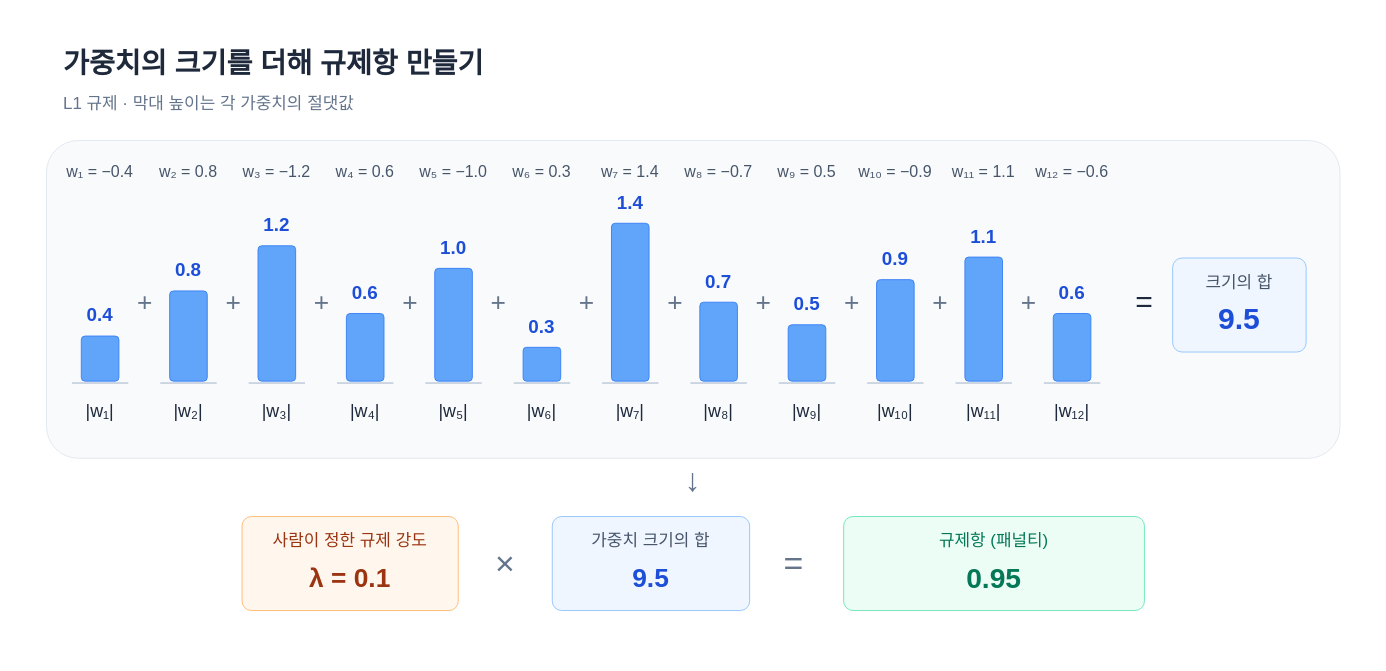
Earlier version of the draw.io diagram site/src/assets/diagrams/regularization-penalty.drawio (jongbob1918/jongbob1918.github.io). Source tidied: cells renumbered, new cells numbered last; positions are measured from the earlier drawing's top-left corner, leaving out a move shared by most shapes. Both pictures are drawn from the tidied source at 94%, with x=0, y=0 at pixel (16, 16).
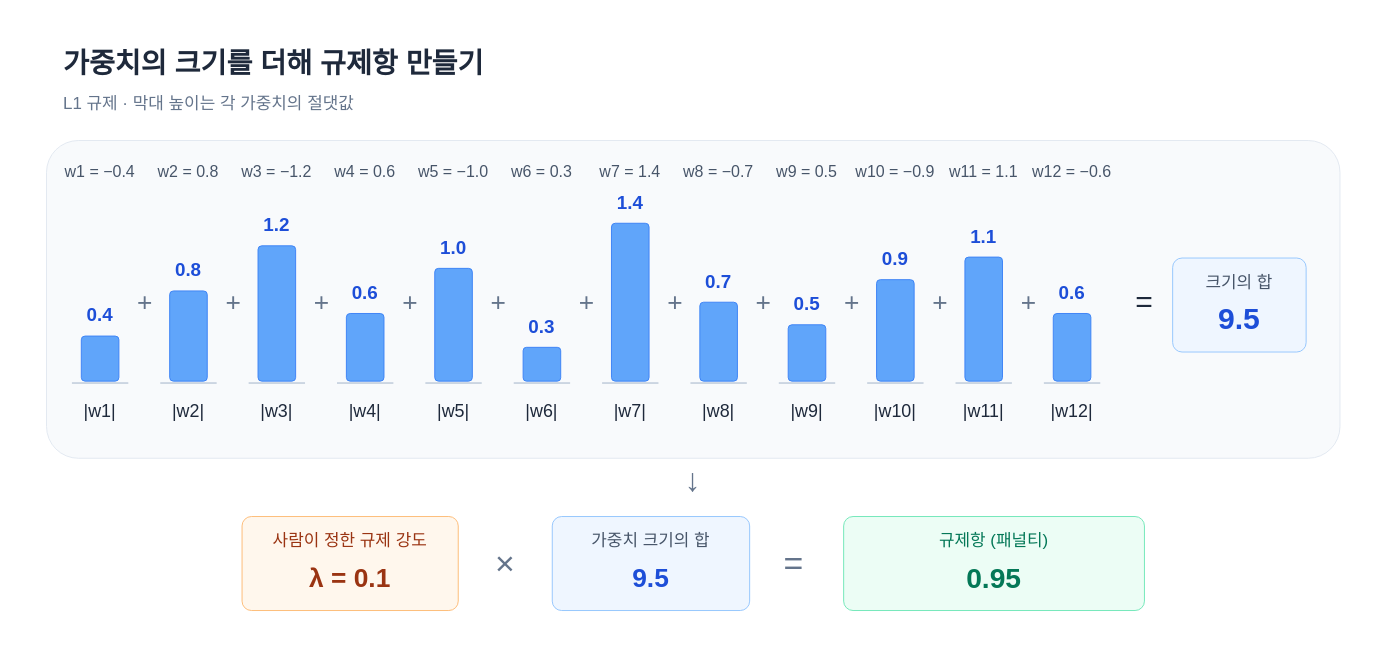
After the change.

Commit message (it also covers changes not shown here):
Use portable weight labels in diagram

Diff of the diagram source:
```diff
@@
-    <mxCell id="6" value="w₁ = −0.4" style="text;html=0;whiteSpace=wrap;align=center;verticalAlign=middle;fontFamily=Arial;fontSize=17;fontColor=#475569;fontStyle=0;strokeColor=none;fillColor=none;" parent="1" vertex="1">
+    <mxCell id="6" value="w1 = −0.4" style="text;html=0;whiteSpace=wrap;align=center;verticalAlign=middle;fontFamily=Arial;fontSize=17;fontColor=#475569;fontStyle=0;strokeColor=none;fillColor=none;" parent="1" vertex="1">
       <mxGeometry x="42" y="151" width="94" height="30" as="geometry" />
     </mxCell>
@@
-    <mxCell id="10" value="|w₁|" style="text;html=0;whiteSpace=wrap;align=center;verticalAlign=middle;fontFamily=Arial;fontSize=19;fontColor=#1E293B;fontStyle=0;strokeColor=none;fillColor=none;" parent="1" vertex="1">
+    <mxCell id="10" value="|w1|" style="text;html=0;whiteSpace=wrap;align=center;verticalAlign=middle;fontFamily=Arial;fontSize=19;fontColor=#1E293B;fontStyle=0;strokeColor=none;fillColor=none;" parent="1" vertex="1">
       <mxGeometry x="46" y="406" width="86" height="30" as="geometry" />
     </mxCell>
@@
-    <mxCell id="12" value="w₂ = 0.8" style="text;html=0;whiteSpace=wrap;align=center;verticalAlign=middle;fontFamily=Arial;fontSize=17;fontColor=#475569;fontStyle=0;strokeColor=none;fillColor=none;" parent="1" vertex="1">
+    <mxCell id="12" value="w2 = 0.8" style="text;html=0;whiteSpace=wrap;align=center;verticalAlign=middle;fontFamily=Arial;fontSize=17;fontColor=#475569;fontStyle=0;strokeColor=none;fillColor=none;" parent="1" vertex="1">
       <mxGeometry x="136" y="151" width="94" height="30" as="geometry" />
     </mxCell>
@@
-    <mxCell id="16" value="|w₂|" style="text;html=0;whiteSpace=wrap;align=center;verticalAlign=middle;fontFamily=Arial;fontSize=19;fontColor=#1E293B;fontStyle=0;strokeColor=none;fillColor=none;" parent="1" vertex="1">
+    <mxCell id="16" value="|w2|" style="text;html=0;whiteSpace=wrap;align=center;verticalAlign=middle;fontFamily=Arial;fontSize=19;fontColor=#1E293B;fontStyle=0;strokeColor=none;fillColor=none;" parent="1" vertex="1">
       <mxGeometry x="140" y="406" width="86" height="30" as="geometry" />
     </mxCell>
@@
-    <mxCell id="18" value="w₃ = −1.2" style="text;html=0;whiteSpace=wrap;align=center;verticalAlign=middle;fontFamily=Arial;fontSize=17;fontColor=#475569;fontStyle=0;strokeColor=none;fillColor=none;" parent="1" vertex="1">
+    <mxCell id="18" value="w3 = −1.2" style="text;html=0;whiteSpace=wrap;align=center;verticalAlign=middle;fontFamily=Arial;fontSize=17;fontColor=#475569;fontStyle=0;strokeColor=none;fillColor=none;" parent="1" vertex="1">
       <mxGeometry x="230" y="151" width="94" height="30" as="geometry" />
     </mxCell>
@@
-    <mxCell id="22" value="|w₃|" style="text;html=0;whiteSpace=wrap;align=center;verticalAlign=middle;fontFamily=Arial;fontSize=19;fontColor=#1E293B;fontStyle=0;strokeColor=none;fillColor=none;" parent="1" vertex="1">
+    <mxCell id="22" value="|w3|" style="text;html=0;whiteSpace=wrap;align=center;verticalAlign=middle;fontFamily=Arial;fontSize=19;fontColor=#1E293B;fontStyle=0;strokeColor=none;fillColor=none;" parent="1" vertex="1">
       <mxGeometry x="234" y="406" width="86" height="30" as="geometry" />
     </mxCell>
@@
-    <mxCell id="24" value="w₄ = 0.6" style="text;html=0;whiteSpace=wrap;align=center;verticalAlign=middle;fontFamily=Arial;fontSize=17;fontColor=#475569;fontStyle=0;strokeColor=none;fillColor=none;" parent="1" vertex="1">
+    <mxCell id="24" value="w4 = 0.6" style="text;html=0;whiteSpace=wrap;align=center;verticalAlign=middle;fontFamily=Arial;fontSize=17;fontColor=#475569;fontStyle=0;strokeColor=none;fillColor=none;" parent="1" vertex="1">
       <mxGeometry x="324" y="151" width="94" height="30" as="geometry" />
     </mxCell>
@@
-    <mxCell id="28" value="|w₄|" style="text;html=0;whiteSpace=wrap;align=center;verticalAlign=middle;fontFamily=Arial;fontSize=19;fontColor=#1E293B;fontStyle=0;strokeColor=none;fillColor=none;" parent="1" vertex="1">
+    <mxCell id="28" value="|w4|" style="text;html=0;whiteSpace=wrap;align=center;verticalAlign=middle;fontFamily=Arial;fontSize=19;fontColor=#1E293B;fontStyle=0;strokeColor=none;fillColor=none;" parent="1" vertex="1">
       <mxGeometry x="328" y="406" width="86" height="30" as="geometry" />
     </mxCell>
@@
-    <mxCell id="30" value="w₅ = −1.0" style="text;html=0;whiteSpace=wrap;align=center;verticalAlign=middle;fontFamily=Arial;fontSize=17;fontColor=#475569;fontStyle=0;strokeColor=none;fillColor=none;" parent="1" vertex="1">
+    <mxCell id="30" value="w5 = −1.0" style="text;html=0;whiteSpace=wrap;align=center;verticalAlign=middle;fontFamily=Arial;fontSize=17;fontColor=#475569;fontStyle=0;strokeColor=none;fillColor=none;" parent="1" vertex="1">
       <mxGeometry x="418" y="151" width="94" height="30" as="geometry" />
     </mxCell>
@@
-    <mxCell id="34" value="|w₅|" style="text;html=0;whiteSpace=wrap;align=center;verticalAlign=middle;fontFamily=Arial;fontSize=19;fontColor=#1E293B;fontStyle=0;strokeColor=none;fillColor=none;" parent="1" vertex="1">
+    <mxCell id="34" value="|w5|" style="text;html=0;whiteSpace=wrap;align=center;verticalAlign=middle;fontFamily=Arial;fontSize=19;fontColor=#1E293B;fontStyle=0;strokeColor=none;fillColor=none;" parent="1" vertex="1">
       <mxGeometry x="422" y="406" width="86" height="30" as="geometry" />
     </mxCell>
@@
-    <mxCell id="36" value="w₆ = 0.3" style="text;html=0;whiteSpace=wrap;align=center;verticalAlign=middle;fontFamily=Arial;fontSize=17;fontColor=#475569;fontStyle=0;strokeColor=none;fillColor=none;" parent="1" vertex="1">
+    <mxCell id="36" value="w6 = 0.3" style="text;html=0;whiteSpace=wrap;align=center;verticalAlign=middle;fontFamily=Arial;fontSize=17;fontColor=#475569;fontStyle=0;strokeColor=none;fillColor=none;" parent="1" vertex="1">
       <mxGeometry x="512" y="151" width="94" height="30" as="geometry" />
     </mxCell>
@@
-    <mxCell id="40" value="|w₆|" style="text;html=0;whiteSpace=wrap;align=center;verticalAlign=middle;fontFamily=Arial;fontSize=19;fontColor=#1E293B;fontStyle=0;strokeColor=none;fillColor=none;" parent="1" vertex="1">
+    <mxCell id="40" value="|w6|" style="text;html=0;whiteSpace=wrap;align=center;verticalAlign=middle;fontFamily=Arial;fontSize=19;fontColor=#1E293B;fontStyle=0;strokeColor=none;fillColor=none;" parent="1" vertex="1">
       <mxGeometry x="516" y="406" width="86" height="30" as="geometry" />
     </mxCell>
@@
-    <mxCell id="42" value="w₇ = 1.4" style="text;html=0;whiteSpace=wrap;align=center;verticalAlign=middle;fontFamily=Arial;fontSize=17;fontColor=#475569;fontStyle=0;strokeColor=none;fillColor=none;" parent="1" vertex="1">
+    <mxCell id="42" value="w7 = 1.4" style="text;html=0;whiteSpace=wrap;align=center;verticalAlign=middle;fontFamily=Arial;fontSize=17;fontColor=#475569;fontStyle=0;strokeColor=none;fillColor=none;" parent="1" vertex="1">
       <mxGeometry x="606" y="151" width="94" height="30" as="geometry" />
     </mxCell>
@@
-    <mxCell id="46" value="|w₇|" style="text;html=0;whiteSpace=wrap;align=center;verticalAlign=middle;fontFamily=Arial;fontSize=19;fontColor=#1E293B;fontStyle=0;strokeColor=none;fillColor=none;" parent="1" vertex="1">
+    <mxCell id="46" value="|w7|" style="text;html=0;whiteSpace=wrap;align=center;verticalAlign=middle;fontFamily=Arial;fontSize=19;fontColor=#1E293B;fontStyle=0;strokeColor=none;fillColor=none;" parent="1" vertex="1">
       <mxGeometry x="610" y="406" width="86" height="30" as="geometry" />
     </mxCell>
@@
-    <mxCell id="48" value="w₈ = −0.7" style="text;html=0;whiteSpace=wrap;align=center;verticalAlign=middle;fontFamily=Arial;fontSize=17;fontColor=#475569;fontStyle=0;strokeColor=none;fillColor=none;" parent="1" vertex="1">
+    <mxCell id="48" value="w8 = −0.7" style="text;html=0;whiteSpace=wrap;align=center;verticalAlign=middle;fontFamily=Arial;fontSize=17;fontColor=#475569;fontStyle=0;strokeColor=none;fillColor=none;" parent="1" vertex="1">
       <mxGeometry x="700" y="151" width="94" height="30" as="geometry" />
     </mxCell>
@@
-    <mxCell id="52" value="|w₈|" style="text;html=0;whiteSpace=wrap;align=center;verticalAlign=middle;fontFamily=Arial;fontSize=19;fontColor=#1E293B;fontStyle=0;strokeColor=none;fillColor=none;" parent="1" vertex="1">
+    <mxCell id="52" value="|w8|" style="text;html=0;whiteSpace=wrap;align=center;verticalAlign=middle;fontFamily=Arial;fontSize=19;fontColor=#1E293B;fontStyle=0;strokeColor=none;fillColor=none;" parent="1" vertex="1">
       <mxGeometry x="704" y="406" width="86" height="30" as="geometry" />
     </mxCell>
@@
-    <mxCell id="54" value="w₉ = 0.5" style="text;html=0;whiteSpace=wrap;align=center;verticalAlign=middle;fontFamily=Arial;fontSize=17;fontColor=#475569;fontStyle=0;strokeColor=none;fillColor=none;" parent="1" vertex="1">
+    <mxCell id="54" value="w9 = 0.5" style="text;html=0;whiteSpace=wrap;align=center;verticalAlign=middle;fontFamily=Arial;fontSize=17;fontColor=#475569;fontStyle=0;strokeColor=none;fillColor=none;" parent="1" vertex="1">
       <mxGeometry x="794" y="151" width="94" height="30" as="geometry" />
     </mxCell>
@@
-    <mxCell id="58" value="|w₉|" style="text;html=0;whiteSpace=wrap;align=center;verticalAlign=middle;fontFamily=Arial;fontSize=19;fontColor=#1E293B;fontStyle=0;strokeColor=none;fillColor=none;" parent="1" vertex="1">
+    <mxCell id="58" value="|w9|" style="text;html=0;whiteSpace=wrap;align=center;verticalAlign=middle;fontFamily=Arial;fontSize=19;fontColor=#1E293B;fontStyle=0;strokeColor=none;fillColor=none;" parent="1" vertex="1">
       <mxGeometry x="798" y="406" width="86" height="30" as="geometry" />
     </mxCell>
@@
-    <mxCell id="60" value="w₁₀ = −0.9" style="text;html=0;whiteSpace=wrap;align=center;verticalAlign=middle;fontFamily=Arial;fontSize=17;fontColor=#475569;fontStyle=0;strokeColor=none;fillColor=none;" parent="1" vertex="1">
+    <mxCell id="60" value="w10 = −0.9" style="text;html=0;whiteSpace=wrap;align=center;verticalAlign=middle;fontFamily=Arial;fontSize=17;fontColor=#475569;fontStyle=0;strokeColor=none;fillColor=none;" parent="1" vertex="1">
       <mxGeometry x="888" y="151" width="94" height="30" as="geometry" />
     </mxCell>
@@
-    <mxCell id="64" value="|w₁₀|" style="text;html=0;whiteSpace=wrap;align=center;verticalAlign=middle;fontFamily=Arial;fontSize=19;fontColor=#1E293B;fontStyle=0;strokeColor=none;fillColor=none;" parent="1" vertex="1">
+    <mxCell id="64" value="|w10|" style="text;html=0;whiteSpace=wrap;align=center;verticalAlign=middle;fontFamily=Arial;fontSize=19;fontColor=#1E293B;fontStyle=0;strokeColor=none;fillColor=none;" parent="1" vertex="1">
       <mxGeometry x="892" y="406" width="86" height="30" as="geometry" />
     </mxCell>
@@
-    <mxCell id="66" value="w₁₁ = 1.1" style="text;html=0;whiteSpace=wrap;align=center;verticalAlign=middle;fontFamily=Arial;fontSize=17;fontColor=#475569;fontStyle=0;strokeColor=none;fillColor=none;" parent="1" vertex="1">
+    <mxCell id="66" value="w11 = 1.1" style="text;html=0;whiteSpace=wrap;align=center;verticalAlign=middle;fontFamily=Arial;fontSize=17;fontColor=#475569;fontStyle=0;strokeColor=none;fillColor=none;" parent="1" vertex="1">
       <mxGeometry x="982" y="151" width="94" height="30" as="geometry" />
     </mxCell>
@@
-    <mxCell id="70" value="|w₁₁|" style="text;html=0;whiteSpace=wrap;align=center;verticalAlign=middle;fontFamily=Arial;fontSize=19;fontColor=#1E293B;fontStyle=0;strokeColor=none;fillColor=none;" parent="1" vertex="1">
+    <mxCell id="70" value="|w11|" style="text;html=0;whiteSpace=wrap;align=center;verticalAlign=middle;fontFamily=Arial;fontSize=19;fontColor=#1E293B;fontStyle=0;strokeColor=none;fillColor=none;" parent="1" vertex="1">
       <mxGeometry x="986" y="406" width="86" height="30" as="geometry" />
     </mxCell>
@@
-    <mxCell id="72" value="w₁₂ = −0.6" style="text;html=0;whiteSpace=wrap;align=center;verticalAlign=middle;fontFamily=Arial;fontSize=17;fontColor=#475569;fontStyle=0;strokeColor=none;fillColor=none;" parent="1" vertex="1">
+    <mxCell id="72" value="w12 = −0.6" style="text;html=0;whiteSpace=wrap;align=center;verticalAlign=middle;fontFamily=Arial;fontSize=17;fontColor=#475569;fontStyle=0;strokeColor=none;fillColor=none;" parent="1" vertex="1">
       <mxGeometry x="1076" y="151" width="94" height="30" as="geometry" />
     </mxCell>
@@
-    <mxCell id="76" value="|w₁₂|" style="text;html=0;whiteSpace=wrap;align=center;verticalAlign=middle;fontFamily=Arial;fontSize=19;fontColor=#1E293B;fontStyle=0;strokeColor=none;fillColor=none;" parent="1" vertex="1">
+    <mxCell id="76" value="|w12|" style="text;html=0;whiteSpace=wrap;align=center;verticalAlign=middle;fontFamily=Arial;fontSize=19;fontColor=#1E293B;fontStyle=0;strokeColor=none;fillColor=none;" parent="1" vertex="1">
       <mxGeometry x="1080" y="406" width="86" height="30" as="geometry" />
     </mxCell>
```
